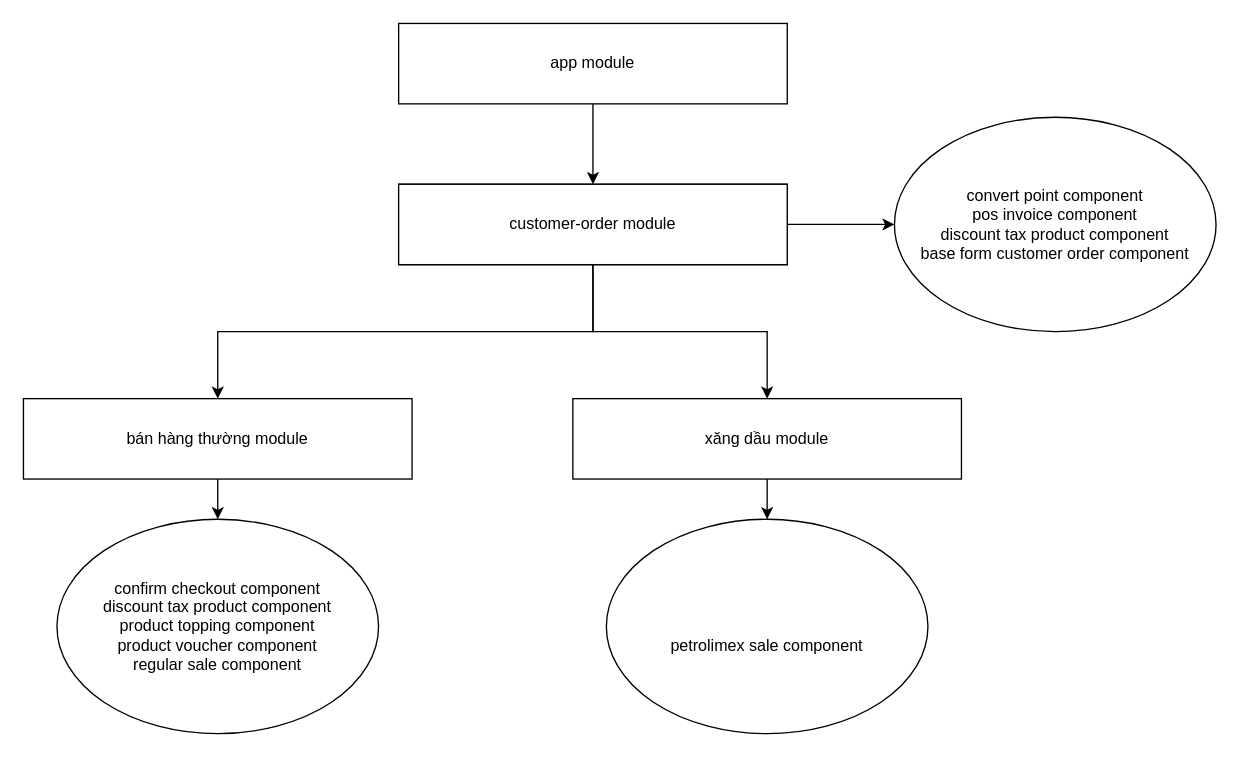
Earlier version of the draw.io diagram pos-module.drawio (lequyetanh/3d-animation). Source tidied: cells renumbered, new cells numbered last; positions are measured from the earlier drawing's top-left corner, leaving out a move shared by most shapes. Both pictures are drawn from the tidied source at 134%, with x=0, y=0 at pixel (23, 23).
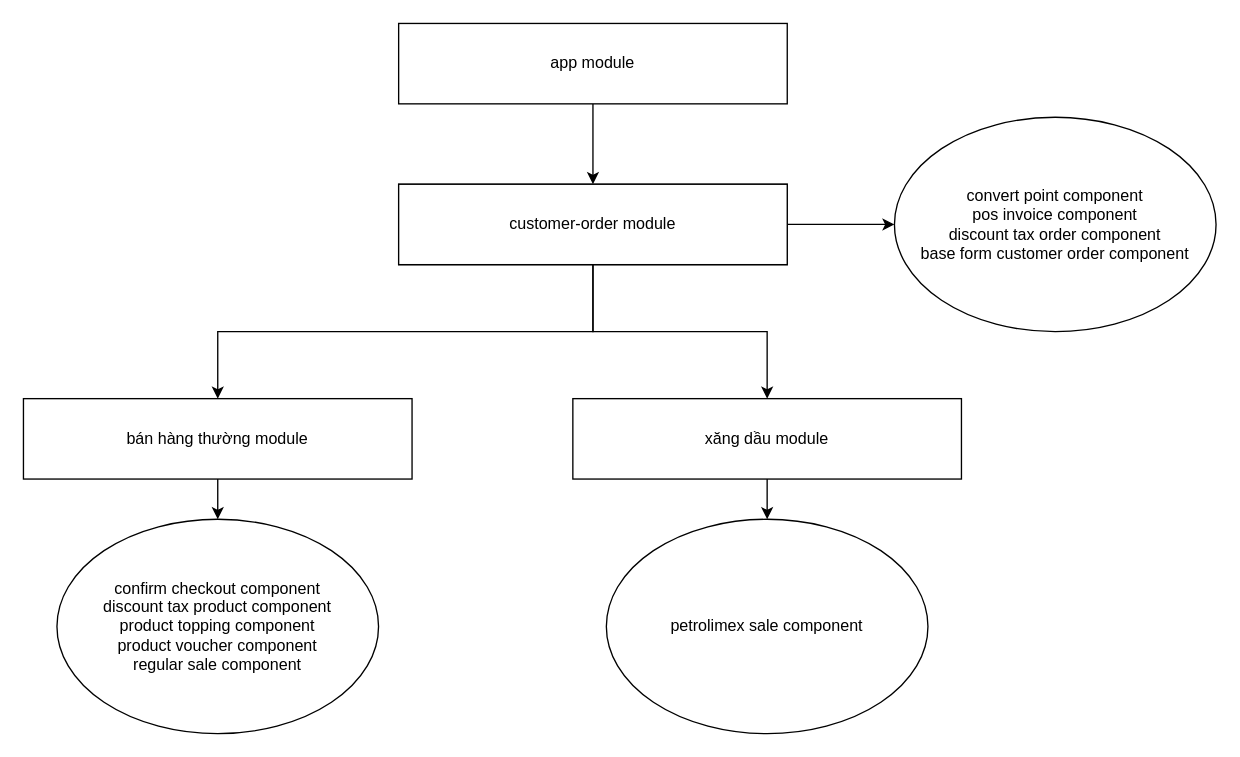
The same diagram, later.

Diff of the diagram source:
```diff
@@
 <mxGraphModel>
   <root>
     <mxCell id="0" />
     <mxCell id="1" parent="0" />
     <mxCell id="2" style="edgeStyle=orthogonalEdgeStyle;rounded=0;jettySize=auto;html=1;exitX=0.5;exitY=1;exitDx=0;exitDy=0;entryX=0.5;entryY=0;entryDx=0;entryDy=0;" parent="1" edge="1" source="3" target="4">
       <mxGeometry relative="1" as="geometry" />
     </mxCell>
     <mxCell id="3" value="app module" style="rounded=0;whiteSpace=wrap;html=1;" parent="1" vertex="1">
       <mxGeometry x="280" width="290" height="60" as="geometry" />
     </mxCell>
     <mxCell id="4" value="customer-order module" style="rounded=0;whiteSpace=wrap;html=1;" parent="1" vertex="1">
       <mxGeometry x="280" y="120" width="290" height="60" as="geometry" />
     </mxCell>
-    <mxCell id="5" value="convert point component&lt;br&gt;pos invoice component&lt;br&gt;discount tax product component&lt;br&gt;base form customer order component" style="ellipse;whiteSpace=wrap;html=1;" parent="1" vertex="1">
+    <mxCell id="5" value="convert point component&lt;br&gt;pos invoice component&lt;br&gt;discount tax order component&lt;br&gt;base form customer order component" style="ellipse;whiteSpace=wrap;html=1;" parent="1" vertex="1">
       <mxGeometry x="650" y="70" width="240" height="160" as="geometry" />
     </mxCell>
     <mxCell id="6" style="edgeStyle=orthogonalEdgeStyle;rounded=0;jettySize=auto;html=1;" parent="1" edge="1" source="9" target="5">
       <mxGeometry relative="1" as="geometry" />
     </mxCell>
     <mxCell id="7" style="edgeStyle=orthogonalEdgeStyle;rounded=0;jettySize=auto;html=1;entryX=0.5;entryY=0;entryDx=0;entryDy=0;" parent="1" edge="1" source="9" target="11">
       <mxGeometry relative="1" as="geometry" />
     </mxCell>
     <mxCell id="8" style="edgeStyle=orthogonalEdgeStyle;rounded=0;jettySize=auto;html=1;" parent="1" edge="1" source="9" target="13">
       <mxGeometry relative="1" as="geometry" />
     </mxCell>
     <mxCell id="9" value="customer-order module" style="rounded=0;whiteSpace=wrap;html=1;" parent="1" vertex="1">
       <mxGeometry x="280" y="120" width="290" height="60" as="geometry" />
     </mxCell>
     <mxCell id="10" style="edgeStyle=orthogonalEdgeStyle;rounded=0;jettySize=auto;html=1;entryX=0.5;entryY=0;entryDx=0;entryDy=0;" parent="1" edge="1" source="11" target="14">
       <mxGeometry relative="1" as="geometry" />
     </mxCell>
     <mxCell id="11" value="bán hàng thường module" style="rounded=0;whiteSpace=wrap;html=1;" parent="1" vertex="1">
       <mxGeometry y="280" width="290" height="60" as="geometry" />
     </mxCell>
     <mxCell id="12" style="edgeStyle=orthogonalEdgeStyle;rounded=0;jettySize=auto;html=1;entryX=0.5;entryY=0;entryDx=0;entryDy=0;" parent="1" edge="1" source="13" target="15">
       <mxGeometry relative="1" as="geometry" />
     </mxCell>
     <mxCell id="13" value="xăng dầu module" style="rounded=0;whiteSpace=wrap;html=1;" parent="1" vertex="1">
       <mxGeometry x="410" y="280" width="290" height="60" as="geometry" />
     </mxCell>
     <mxCell id="14" value="confirm checkout component&lt;br&gt;discount tax product component&lt;br&gt;product topping component&lt;br&gt;product voucher component&lt;br&gt;regular sale component" style="ellipse;whiteSpace=wrap;html=1;" parent="1" vertex="1">
       <mxGeometry x="25" y="370" width="240" height="160" as="geometry" />
     </mxCell>
-    <mxCell id="15" value="&lt;br&gt;&lt;br&gt;petrolimex sale component" style="ellipse;whiteSpace=wrap;html=1;" parent="1" vertex="1">
+    <mxCell id="15" value="petrolimex sale component" style="ellipse;whiteSpace=wrap;html=1;" parent="1" vertex="1">
       <mxGeometry x="435" y="370" width="240" height="160" as="geometry" />
     </mxCell>
   </root>
 </mxGraphModel>
```
